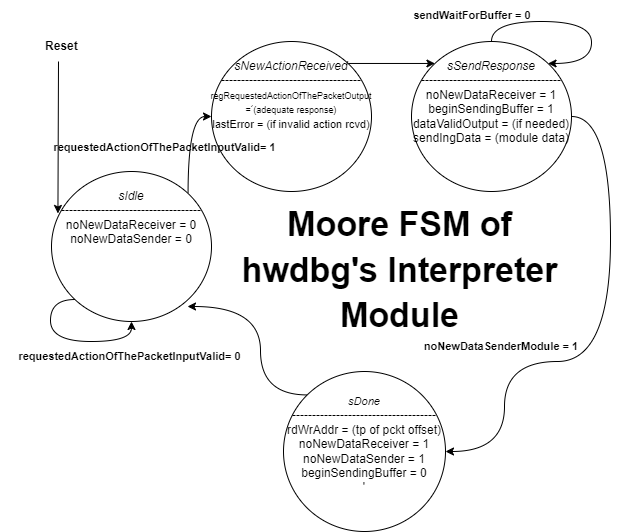
The draw.io diagram Figures/hwdbg/FSM/interpreter_fsm/interpreter_fsm.png in HyperDbg/graphics, before a commit. Source tidied: cells renumbered, new cells last; positions are measured from the earlier drawing's top-left corner, leaving out a move shared by most shapes.
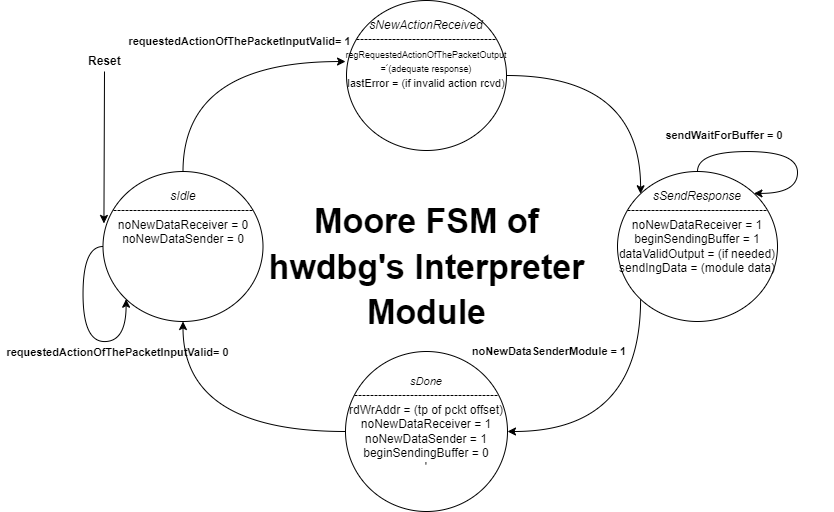
After the commit.

Change to the diagram source:
```diff
@@ -2,82 +2,73 @@
   <root>
     <mxCell id="0" />
     <mxCell id="1" parent="0" />
-    <mxCell id="2" style="edgeStyle=orthogonalEdgeStyle;rounded=0;jettySize=auto;html=1;exitX=1;exitY=0;exitDx=0;exitDy=0;entryX=0;entryY=0.5;entryDx=0;entryDy=0;curved=1;" parent="1" edge="1" source="3" target="5">
-      <mxGeometry relative="1" as="geometry" />
-    </mxCell>
     <mxCell id="3" value="&lt;i&gt;sIdle&lt;/i&gt;&lt;div&gt;-----------------------------------&lt;/div&gt;&lt;div&gt;&lt;div&gt;noNewDataReceiver = 0&lt;br&gt;&lt;/div&gt;&lt;div&gt;noNewDataSender = 0&lt;/div&gt;&lt;/div&gt;&lt;div&gt;&lt;br&gt;&lt;/div&gt;&lt;div&gt;&lt;br&gt;&lt;/div&gt;&lt;div&gt;&lt;br&gt;&lt;/div&gt;&lt;div&gt;&lt;br&gt;&lt;/div&gt;" style="ellipse;whiteSpace=wrap;html=1;" parent="1" vertex="1">
-      <mxGeometry x="51" y="171" width="160" height="150" as="geometry" />
+      <mxGeometry x="102.5" y="146" width="160" height="150" as="geometry" />
     </mxCell>
-    <mxCell id="4" style="edgeStyle=orthogonalEdgeStyle;rounded=0;jettySize=auto;html=1;exitX=1;exitY=0;exitDx=0;exitDy=0;entryX=0;entryY=0;entryDx=0;entryDy=0;curved=1;" parent="1" edge="1" source="5" target="7">
-      <mxGeometry relative="1" as="geometry" />
+    <mxCell id="4" style="edgeStyle=orthogonalEdgeStyle;rounded=0;jettySize=auto;html=1;exitX=1;exitY=0.5;exitDx=0;exitDy=0;entryX=0;entryY=0;entryDx=0;entryDy=0;curved=1;" parent="1" edge="1" source="5" target="7">
+      <mxGeometry relative="1" as="geometry">
+        <Array as="points">
+          <mxPoint x="640" y="50" />
+        </Array>
+      </mxGeometry>
     </mxCell>
     <mxCell id="5" value="&lt;div&gt;&lt;i&gt;sNewActionReceived&lt;/i&gt;&lt;br&gt;&lt;/div&gt;&lt;div&gt;-----------------------------------&lt;/div&gt;&lt;div&gt;&lt;font style=&quot;font-size: 9px;&quot;&gt;regRequestedActionOfThePacketOutput&lt;br&gt;&lt;/font&gt;&lt;/div&gt;&lt;div&gt;&lt;font style=&quot;font-size: 9px;&quot;&gt;=&amp;nbsp;َ(adequate response)&lt;/font&gt;&lt;/div&gt;&lt;div&gt;&lt;font style=&quot;font-size: 11px;&quot;&gt;lastError = (if invalid action rcvd)&lt;br&gt;&lt;/font&gt;&lt;/div&gt;&lt;div&gt;&lt;br&gt;&lt;/div&gt;&lt;div&gt;&lt;br&gt;&lt;/div&gt;&lt;div&gt;&lt;br&gt;&lt;/div&gt;" style="ellipse;whiteSpace=wrap;html=1;" parent="1" vertex="1">
-      <mxGeometry x="211" y="41" width="160" height="150" as="geometry" />
+      <mxGeometry x="346" y="-25" width="160" height="150" as="geometry" />
     </mxCell>
-    <mxCell id="6" style="edgeStyle=orthogonalEdgeStyle;rounded=0;jettySize=auto;html=1;exitX=1;exitY=0.5;exitDx=0;exitDy=0;curved=1;" parent="1" edge="1" source="7" target="8">
+    <mxCell id="6" style="edgeStyle=orthogonalEdgeStyle;rounded=0;jettySize=auto;html=1;exitX=0;exitY=1;exitDx=0;exitDy=0;entryX=1;entryY=0.5;entryDx=0;entryDy=0;curved=1;" parent="1" edge="1" source="7" target="8">
       <mxGeometry relative="1" as="geometry">
         <Array as="points">
-          <mxPoint x="610" y="116" />
-          <mxPoint x="610" y="361" />
-          <mxPoint x="504" y="361" />
-          <mxPoint x="504" y="451" />
+          <mxPoint x="640" y="406" />
         </Array>
       </mxGeometry>
     </mxCell>
     <mxCell id="7" value="&lt;div&gt;&lt;i&gt;sSendResponse&lt;/i&gt;&lt;br&gt;&lt;/div&gt;&lt;div&gt;-----------------------------------&lt;/div&gt;&lt;div&gt;&lt;div&gt;&lt;span style=&quot;background-color: initial;&quot;&gt;noNewDataReceiver&amp;nbsp;&lt;/span&gt;&lt;span style=&quot;background-color: initial;&quot;&gt;= 1&lt;/span&gt;&lt;br&gt;&lt;/div&gt;&lt;div&gt;&lt;span style=&quot;background-color: initial;&quot;&gt;beginSendingBuffer = 1&lt;br&gt;&lt;/span&gt;&lt;/div&gt;&lt;div&gt;dataValidOutput = (if needed)&lt;/div&gt;&lt;/div&gt;&lt;div&gt;sendIngData = (module data)&lt;/div&gt;&lt;div&gt;&lt;br&gt;&lt;/div&gt;&lt;div&gt;&lt;br&gt;&lt;/div&gt;" style="ellipse;whiteSpace=wrap;html=1;" parent="1" vertex="1">
-      <mxGeometry x="411" y="41" width="160" height="150" as="geometry" />
+      <mxGeometry x="617" y="146" width="160" height="150" as="geometry" />
     </mxCell>
+    <mxCell id="18" style="edgeStyle=orthogonalEdgeStyle;rounded=0;jettySize=auto;html=1;exitX=0;exitY=0.5;exitDx=0;exitDy=0;entryX=0.5;entryY=1;entryDx=0;entryDy=0;curved=1;" parent="1" edge="1" source="8" target="3">
+      <mxGeometry relative="1" as="geometry" />
+    </mxCell>
     <mxCell id="8" value="&lt;div&gt;&lt;font style=&quot;font-size: 11px;&quot;&gt;&lt;i&gt;sDone&lt;/i&gt;&lt;/font&gt;&lt;/div&gt;&lt;div&gt;------------------------------------&lt;/div&gt;&lt;div&gt;&lt;div&gt;&lt;span style=&quot;background-color: initial;&quot;&gt;rdWrAddr = (tp of pckt offset)&lt;/span&gt;&lt;br&gt;&lt;/div&gt;&lt;div&gt;noNewDataReceiver = 1&lt;br&gt;&lt;/div&gt;&lt;/div&gt;&lt;div&gt;noNewDataSender = 1&lt;br&gt;&lt;/div&gt;&lt;div&gt;beginSendingBuffer = 0&lt;br&gt;&lt;/div&gt;&lt;div&gt;'&lt;/div&gt;&lt;div&gt;&lt;br&gt;&lt;/div&gt;" style="ellipse;whiteSpace=wrap;html=1;" parent="1" vertex="1">
-      <mxGeometry x="283" y="371" width="162" height="160" as="geometry" />
+      <mxGeometry x="345" y="326" width="162" height="160" as="geometry" />
     </mxCell>
-    <mxCell id="9" style="endArrow=classic;html=1;rounded=0;exitX=0.25;exitY=1;exitDx=0;exitDy=0;entryX=0;entryY=0;entryDx=0;entryDy=0;" parent="1" edge="1" source="10">
+    <mxCell id="9" style="endArrow=classic;html=1;rounded=0;exitX=0.25;exitY=1;exitDx=0;exitDy=0;entryX=0;entryY=0;entryDx=0;entryDy=0;" parent="1" edge="1">
       <mxGeometry relative="1" as="geometry">
-        <mxPoint x="57.4" y="213" as="targetPoint" />
+        <mxPoint x="104" y="46" as="sourcePoint" />
+        <mxPoint x="103.4" y="198" as="targetPoint" />
       </mxGeometry>
     </mxCell>
     <mxCell id="10" value="&lt;b&gt;Reset&lt;/b&gt;" style="text;html=1;align=left;verticalAlign=middle;whiteSpace=wrap;rounded=0;" parent="1" vertex="1">
-      <mxGeometry x="43" y="31" width="60" height="30" as="geometry" />
+      <mxGeometry x="86" y="21" width="60" height="30" as="geometry" />
     </mxCell>
     <mxCell id="11" value="&lt;b&gt;requestedActionOfThePacketInputValid&lt;/b&gt;&lt;b style=&quot;font-size: 11px;&quot;&gt;= 1&amp;nbsp;&lt;/b&gt;" style="text;html=1;align=center;verticalAlign=middle;whiteSpace=wrap;rounded=0;rotation=0;fontSize=11;" parent="1" vertex="1">
-      <mxGeometry x="35" y="132" width="262" height="30" as="geometry" />
+      <mxGeometry x="110" y="1" width="262" height="30" as="geometry" />
     </mxCell>
     <mxCell id="12" value="&lt;font style=&quot;font-size: 34px;&quot;&gt;Moore FSM of hwdbg's Interpreter Module&lt;/font&gt;" style="text;html=1;align=center;verticalAlign=middle;whiteSpace=wrap;rounded=0;fontStyle=1;fontSize=38;" parent="1" vertex="1">
-      <mxGeometry x="236" y="254" width="327" height="30" as="geometry" />
+      <mxGeometry x="262.5" y="226" width="327" height="30" as="geometry" />
     </mxCell>
-    <mxCell id="13" style="edgeStyle=orthogonalEdgeStyle;rounded=0;orthogonalLoop=1;jettySize=auto;html=1;exitX=0;exitY=1;exitDx=0;exitDy=0;entryX=0.5;entryY=1;entryDx=0;entryDy=0;curved=1;" parent="1" edge="1" source="3" target="3">
-      <mxGeometry relative="1" as="geometry">
-        <Array as="points">
-          <mxPoint x="50" y="299" />
-          <mxPoint x="50" y="341" />
-          <mxPoint x="131" y="341" />
-        </Array>
-      </mxGeometry>
-    </mxCell>
     <mxCell id="14" value="&lt;b&gt;requestedActionOfThePacketInputValid&lt;/b&gt;&lt;b style=&quot;font-size: 11px;&quot;&gt;= 0&amp;nbsp;&lt;/b&gt;" style="text;html=1;align=center;verticalAlign=middle;whiteSpace=wrap;rounded=0;rotation=0;fontSize=11;" parent="1" vertex="1">
-      <mxGeometry y="341" width="262" height="30" as="geometry" />
+      <mxGeometry y="312" width="238" height="30" as="geometry" />
     </mxCell>
     <mxCell id="15" value="&lt;b&gt;noNewDataSenderModule = 1&lt;/b&gt;" style="text;html=1;align=center;verticalAlign=middle;whiteSpace=wrap;rounded=0;rotation=0;fontSize=11;" parent="1" vertex="1">
-      <mxGeometry x="370" y="331" width="262" height="30" as="geometry" />
+      <mxGeometry x="418" y="311" width="262" height="30" as="geometry" />
     </mxCell>
+    <mxCell id="17" value="&lt;b&gt;sendWaitForBuffer = 0&lt;/b&gt;" style="text;html=1;align=center;verticalAlign=middle;whiteSpace=wrap;rounded=0;rotation=0;fontSize=11;" parent="1" vertex="1">
+      <mxGeometry x="614" y="95" width="220" height="30" as="geometry" />
+    </mxCell>
+    <mxCell id="2" style="edgeStyle=orthogonalEdgeStyle;rounded=0;jettySize=auto;html=1;exitX=0.5;exitY=0;exitDx=0;exitDy=0;entryX=-0.006;entryY=0.407;entryDx=0;entryDy=0;entryPerimeter=0;curved=1;" parent="1" edge="1" source="3" target="5">
+      <mxGeometry relative="1" as="geometry" />
+    </mxCell>
     <mxCell id="16" style="edgeStyle=orthogonalEdgeStyle;rounded=0;orthogonalLoop=1;jettySize=auto;html=1;exitX=0.5;exitY=0;exitDx=0;exitDy=0;entryX=1;entryY=0;entryDx=0;entryDy=0;curved=1;" parent="1" edge="1" source="7" target="7">
       <mxGeometry relative="1" as="geometry">
         <Array as="points">
-          <mxPoint x="491" y="21" />
-          <mxPoint x="591" y="21" />
-          <mxPoint x="591" y="63" />
+          <mxPoint x="697" y="126" />
+          <mxPoint x="797" y="126" />
+          <mxPoint x="797" y="168" />
         </Array>
       </mxGeometry>
     </mxCell>
-    <mxCell id="17" value="&lt;b&gt;sendWaitForBuffer = 0&lt;/b&gt;" style="text;html=1;align=center;verticalAlign=middle;whiteSpace=wrap;rounded=0;rotation=0;fontSize=11;" parent="1" vertex="1">
-      <mxGeometry x="341" width="262" height="30" as="geometry" />
-    </mxCell>
-    <mxCell id="18" style="edgeStyle=orthogonalEdgeStyle;rounded=0;jettySize=auto;html=1;exitX=0;exitY=0;exitDx=0;exitDy=0;entryX=0.85;entryY=0.9;entryDx=0;entryDy=0;entryPerimeter=0;curved=1;" parent="1" edge="1" source="8" target="3">
-      <mxGeometry relative="1" as="geometry">
-        <Array as="points">
-          <mxPoint x="260" y="394" />
-          <mxPoint x="260" y="306" />
-        </Array>
-      </mxGeometry>
-    </mxCell>
+    <mxCell id="13" style="edgeStyle=orthogonalEdgeStyle;rounded=0;orthogonalLoop=1;jettySize=auto;html=1;exitX=0;exitY=0.5;exitDx=0;exitDy=0;entryX=0;entryY=1;entryDx=0;entryDy=0;curved=1;" parent="1" edge="1" source="3" target="3">
+      <mxGeometry relative="1" as="geometry" />
+    </mxCell>
   </root>
 </mxGraphModel>
```
